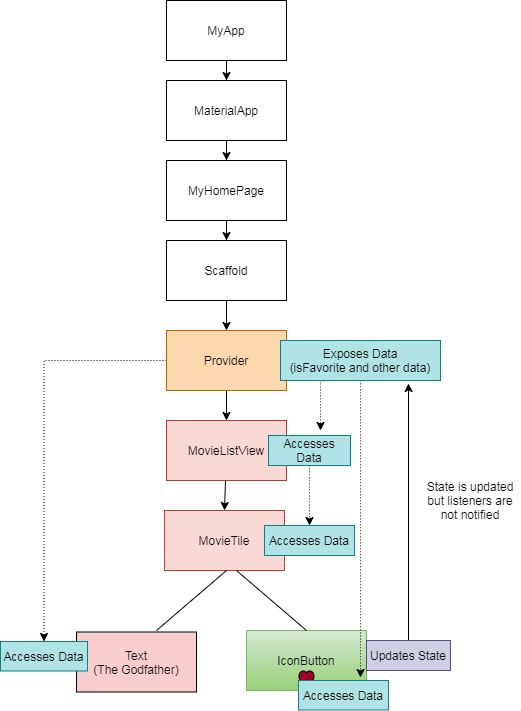
Earlier version of the draw.io export flutter/stmang15.png (walkingtree/images). Source tidied: cells renumbered, new cells last; positions are measured from the earlier drawing's top-left corner, leaving out a move shared by most shapes.
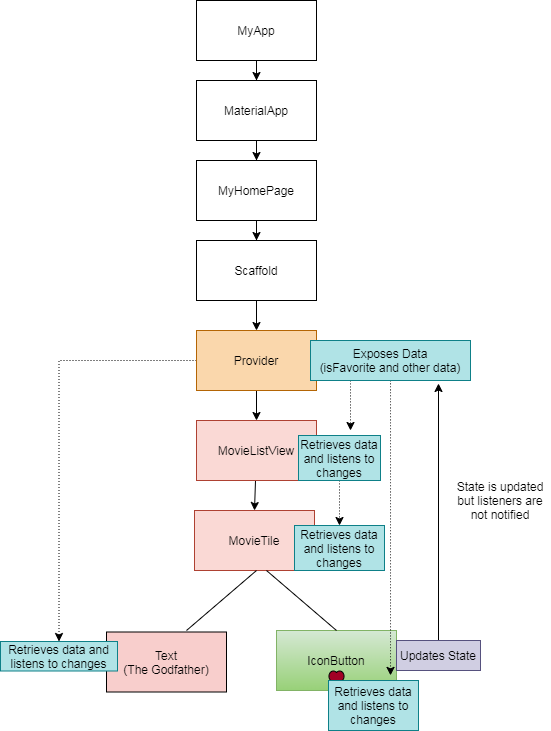
The same diagram one commit later.

The edit, as a diff of the source:
```diff
@@ -36,8 +36,8 @@
     <mxCell id="10" style="verticalLabelPosition=bottom;verticalAlign=top;html=1;shape=mxgraph.basic.heart;fillColor=#a20025;fontColor=#ffffff;sketch=0;comic=0;backgroundOutline=0;labelBackgroundColor=none;labelBorderColor=none;" parent="1" vertex="1">
       <mxGeometry x="298" y="670" width="16" height="17" as="geometry" />
     </mxCell>
-    <mxCell id="11" value="Accesses Data" style="rounded=0;whiteSpace=wrap;html=1;labelBackgroundColor=none;strokeColor=#0e8088;fillColor=#b0e3e6;" parent="1" vertex="1">
-      <mxGeometry y="641" width="87" height="29.5" as="geometry" />
+    <mxCell id="11" value="Retrieves data and listens to changes" style="rounded=0;whiteSpace=wrap;html=1;labelBackgroundColor=none;strokeColor=#0e8088;fillColor=#b0e3e6;" parent="1" vertex="1">
+      <mxGeometry x="-30" y="641" width="117" height="29.5" as="geometry" />
     </mxCell>
     <mxCell id="12" style="edgeStyle=orthogonalEdgeStyle;rounded=0;jettySize=auto;html=1;entryX=0.5;entryY=0;entryDx=0;entryDy=0;" parent="1" edge="1" source="13" target="15">
       <mxGeometry relative="1" as="geometry" />
@@ -83,17 +83,17 @@
     <mxCell id="25" value="Exposes Data&lt;br&gt;(isFavorite and other data)" style="rounded=0;whiteSpace=wrap;html=1;fillColor=#b0e3e6;strokeColor=#0e8088;" parent="1" vertex="1">
       <mxGeometry x="280" y="340" width="160" height="40" as="geometry" />
     </mxCell>
-    <mxCell id="26" value="Accesses Data" style="rounded=0;whiteSpace=wrap;html=1;fillColor=#b0e3e6;strokeColor=#0e8088;" parent="1" vertex="1">
-      <mxGeometry x="298" y="680" width="90" height="29.5" as="geometry" />
+    <mxCell id="26" value="Retrieves data and listens to changes" style="rounded=0;whiteSpace=wrap;html=1;fillColor=#b0e3e6;strokeColor=#0e8088;" parent="1" vertex="1">
+      <mxGeometry x="298" y="680" width="90" height="50" as="geometry" />
     </mxCell>
-    <mxCell id="27" value="Accesses Data" style="rounded=0;whiteSpace=wrap;html=1;fillColor=#b0e3e6;strokeColor=#0e8088;" parent="1" vertex="1">
-      <mxGeometry x="264" y="525" width="90" height="30" as="geometry" />
+    <mxCell id="27" value="Retrieves data and listens to changes" style="rounded=0;whiteSpace=wrap;html=1;fillColor=#b0e3e6;strokeColor=#0e8088;" parent="1" vertex="1">
+      <mxGeometry x="264" y="525" width="90" height="45" as="geometry" />
     </mxCell>
     <mxCell id="28" style="edgeStyle=orthogonalEdgeStyle;curved=1;rounded=0;jettySize=auto;html=1;entryX=0.5;entryY=0;entryDx=0;entryDy=0;dashed=1;dashPattern=1 2;strokeWidth=1;" parent="1" edge="1" source="29" target="27">
       <mxGeometry relative="1" as="geometry" />
     </mxCell>
-    <mxCell id="29" value="Accesses Data" style="rounded=0;whiteSpace=wrap;html=1;fillColor=#b0e3e6;strokeColor=#0e8088;" parent="1" vertex="1">
-      <mxGeometry x="268" y="435" width="82" height="30" as="geometry" />
+    <mxCell id="29" value="Retrieves data and listens to changes" style="rounded=0;whiteSpace=wrap;html=1;fillColor=#b0e3e6;strokeColor=#0e8088;" parent="1" vertex="1">
+      <mxGeometry x="268" y="435" width="82" height="45" as="geometry" />
     </mxCell>
     <mxCell id="30" style="edgeStyle=orthogonalEdgeStyle;curved=1;rounded=0;jettySize=auto;html=1;exitX=0.5;exitY=0;exitDx=0;exitDy=0;entryX=0.8;entryY=1.075;entryDx=0;entryDy=0;entryPerimeter=0;strokeWidth=1;" parent="1" edge="1" source="31" target="25">
       <mxGeometry relative="1" as="geometry" />
```
